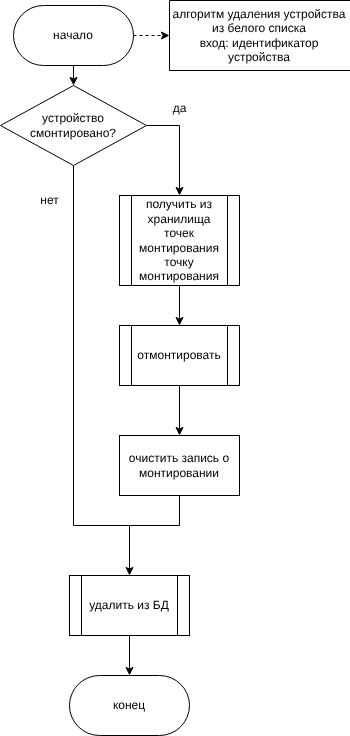
Above: Notes/report/inc/img/delete_from_white_list_algo.drawio.png in pitsmit/Diploma_IU7_2026 (draw.io), before the change. Source tidied: cells renumbered, new cells last; positions are measured from the earlier drawing's top-left corner, leaving out a move shared by most shapes.
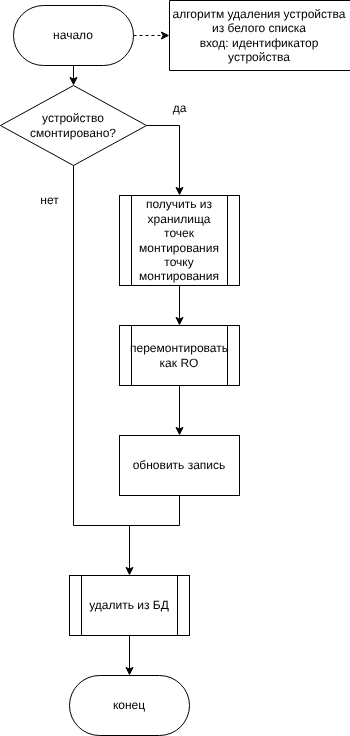
The same diagram one commit later.

The edit, as a diff of the source:
```diff
@@ -50,7 +50,7 @@
     <mxCell id="14" style="edgeStyle=none;html=1;entryX=0.5;entryY=0;entryDx=0;entryDy=0;" parent="1" edge="1" source="15" target="19">
       <mxGeometry relative="1" as="geometry" />
     </mxCell>
-    <mxCell id="15" value="отмонтировать" style="shape=process;whiteSpace=wrap;html=1;backgroundOutline=1;" parent="1" vertex="1">
+    <mxCell id="15" value="перемонтировать&lt;div&gt;как RO&lt;/div&gt;" style="shape=process;whiteSpace=wrap;html=1;backgroundOutline=1;" parent="1" vertex="1">
       <mxGeometry x="119" y="325" width="120" height="60" as="geometry" />
     </mxCell>
     <mxCell id="16" style="edgeStyle=none;html=1;entryX=0.5;entryY=0;entryDx=0;entryDy=0;" parent="1" edge="1" source="18" target="5">
@@ -64,7 +64,7 @@
     <mxCell id="18" value="удалить из БД" style="shape=process;whiteSpace=wrap;html=1;backgroundOutline=1;" parent="1" vertex="1">
       <mxGeometry x="69" y="575" width="120" height="60" as="geometry" />
     </mxCell>
-    <mxCell id="19" value="очистить запись о монтировании" style="rounded=0;whiteSpace=wrap;html=1;" parent="1" vertex="1">
+    <mxCell id="19" value="обновить запись" style="rounded=0;whiteSpace=wrap;html=1;" parent="1" vertex="1">
       <mxGeometry x="119" y="435" width="120" height="60" as="geometry" />
     </mxCell>
   </root>
```
